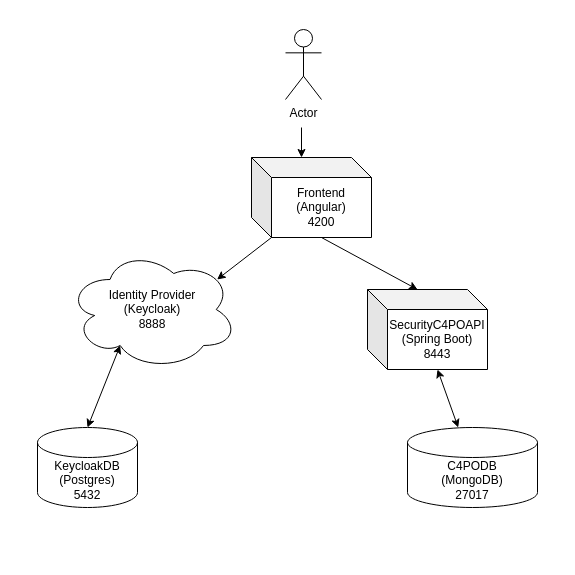
marcel-haag/security-c4po keeps this draw.io diagram as wiki/SecurityC4PO_Architecture.drawio. Above is the earlier version. Source tidied: cells renumbered, new cells numbered last; positions are measured from the earlier drawing's top-left corner, leaving out a move shared by most shapes. Both pictures are drawn from the tidied source at 100%, with x=0, y=0 at pixel (37, 29).
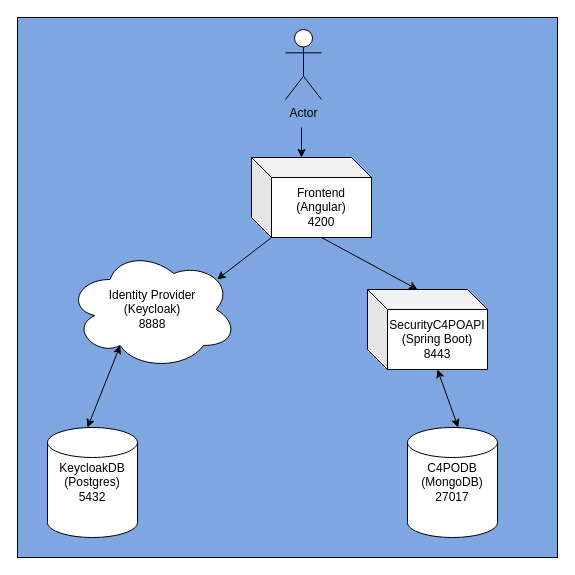
Above is the later version.

What changed in the source:
```diff
@@
 <mxGraphModel>
   <root>
     <mxCell id="0" />
     <mxCell id="1" parent="0" />
+    <mxCell id="13" style="whiteSpace=wrap;html=1;fillColor=#7EA6E0;" parent="1" vertex="1">
+      <mxGeometry x="-20" y="-12" width="540" height="540" as="geometry" />
+    </mxCell>
     <mxCell id="2" value="Frontend (Angular)&lt;br&gt;4200" style="shape=cube;whiteSpace=wrap;html=1;boundedLbl=1;backgroundOutline=1;darkOpacity=0.05;darkOpacity2=0.1;" parent="1" vertex="1">
       <mxGeometry x="214" y="128" width="120" height="80" as="geometry" />
     </mxCell>
-    <mxCell id="3" value="C4PODB&lt;br&gt;(MongoDB)&lt;br&gt;27017" style="shape=cylinder3;whiteSpace=wrap;html=1;boundedLbl=1;backgroundOutline=1;size=15;" parent="1" vertex="1">
-      <mxGeometry x="370" y="398" width="130" height="80" as="geometry" />
-    </mxCell>
     <mxCell id="4" value="SecurityC4POAPI&lt;br&gt;(Spring Boot)&lt;br&gt;8443" style="shape=cube;whiteSpace=wrap;html=1;boundedLbl=1;backgroundOutline=1;darkOpacity=0.05;darkOpacity2=0.1;" parent="1" vertex="1">
       <mxGeometry x="330" y="260" width="120" height="80" as="geometry" />
     </mxCell>
     <mxCell id="5" value="Identity Provider&lt;br&gt;(Keycloak)&lt;br&gt;8888" style="ellipse;shape=cloud;whiteSpace=wrap;html=1;" parent="1" vertex="1">
       <mxGeometry x="30" y="220" width="170" height="120" as="geometry" />
     </mxCell>
-    <mxCell id="6" value="KeycloakDB&lt;br&gt;(Postgres)&lt;br&gt;5432" style="shape=cylinder3;whiteSpace=wrap;html=1;boundedLbl=1;backgroundOutline=1;size=15;" parent="1" vertex="1">
-      <mxGeometry y="398" width="100" height="80" as="geometry" />
-    </mxCell>
     <mxCell id="7" value="Actor" style="shape=umlActor;verticalLabelPosition=bottom;verticalAlign=top;html=1;" parent="1" vertex="1">
       <mxGeometry x="248" width="36" height="70" as="geometry" />
     </mxCell>
     <mxCell id="8" style="endArrow=classic;html=1;exitX=0;exitY=0;exitDx=70;exitDy=80;exitPerimeter=0;entryX=0;entryY=0;entryDx=50;entryDy=0;entryPerimeter=0;" parent="1" edge="1" source="2" target="4">
       <mxGeometry relative="1" as="geometry" />
     </mxCell>
-    <mxCell id="9" style="endArrow=classic;startArrow=classic;html=1;entryX=0;entryY=0;entryDx=70;entryDy=80;entryPerimeter=0;" parent="1" edge="1" source="3" target="4">
-      <mxGeometry relative="1" as="geometry" />
+    <mxCell id="9" style="endArrow=classic;startArrow=classic;html=1;entryX=0;entryY=0;entryDx=70;entryDy=80;entryPerimeter=0;" parent="1" edge="1" target="4">
+      <mxGeometry relative="1" as="geometry">
+        <mxPoint x="420.7" y="398" as="sourcePoint" />
+      </mxGeometry>
     </mxCell>
-    <mxCell id="10" style="endArrow=classic;startArrow=classic;html=1;exitX=0.31;exitY=0.8;exitDx=0;exitDy=0;exitPerimeter=0;entryX=0.5;entryY=0;entryDx=0;entryDy=0;entryPerimeter=0;" parent="1" edge="1" source="5" target="6">
-      <mxGeometry relative="1" as="geometry" />
+    <mxCell id="10" style="endArrow=classic;startArrow=classic;html=1;exitX=0.31;exitY=0.8;exitDx=0;exitDy=0;exitPerimeter=0;entryX=0.5;entryY=0;entryDx=0;entryDy=0;entryPerimeter=0;" parent="1" edge="1" source="5">
+      <mxGeometry relative="1" as="geometry">
+        <mxPoint x="50" y="398" as="targetPoint" />
+      </mxGeometry>
     </mxCell>
     <mxCell id="11" style="endArrow=classic;html=1;entryX=0;entryY=0;entryDx=50;entryDy=0;entryPerimeter=0;" parent="1" edge="1" target="2">
       <mxGeometry relative="1" as="geometry">
         <mxPoint x="264" y="98" as="sourcePoint" />
       </mxGeometry>
     </mxCell>
     <mxCell id="12" style="endArrow=classic;html=1;exitX=0;exitY=0;exitDx=20;exitDy=80;exitPerimeter=0;entryX=0.88;entryY=0.25;entryDx=0;entryDy=0;entryPerimeter=0;" parent="1" edge="1" source="2" target="5">
       <mxGeometry relative="1" as="geometry" />
     </mxCell>
+    <mxCell id="3" value="&lt;span&gt;C4PODB&lt;/span&gt;&lt;br&gt;&lt;span&gt;(MongoDB)&lt;/span&gt;&lt;br&gt;&lt;span&gt;27017&lt;/span&gt;" style="shape=cylinder2;whiteSpace=wrap;html=1;boundedLbl=1;backgroundOutline=1;size=15;" parent="1" vertex="1">
+      <mxGeometry x="370" y="398" width="90" height="110" as="geometry" />
+    </mxCell>
+    <mxCell id="6" value="KeycloakDB&lt;br&gt;(Postgres)&lt;br&gt;5432" style="shape=cylinder2;whiteSpace=wrap;html=1;boundedLbl=1;backgroundOutline=1;size=15;" parent="1" vertex="1">
+      <mxGeometry x="10" y="398" width="90" height="110" as="geometry" />
+    </mxCell>
   </root>
 </mxGraphModel>
```
